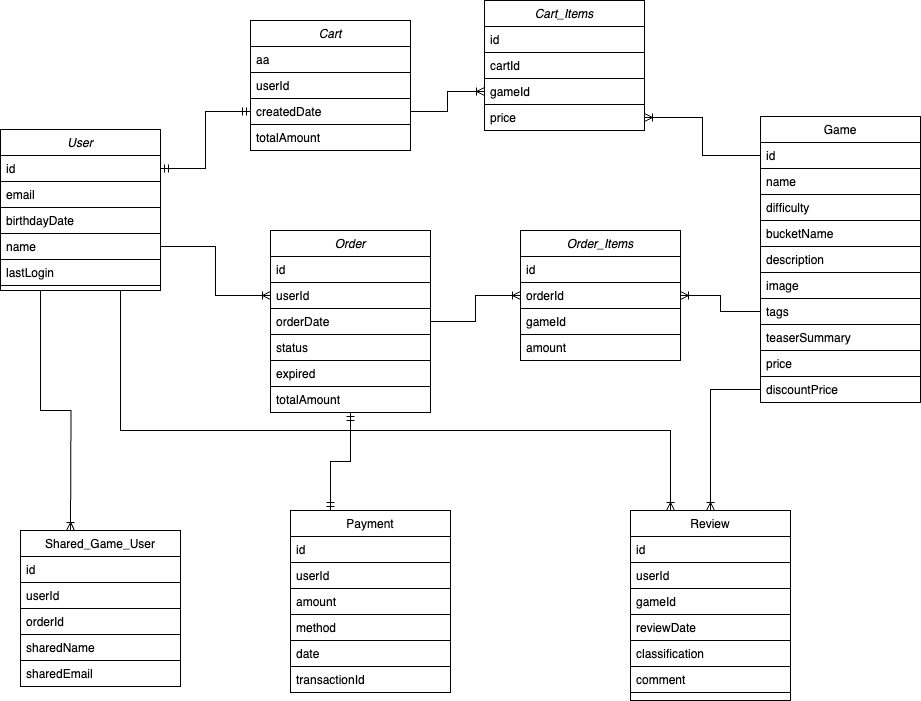
Before: main_db.drawio.png, a diagram exported from draw.io (tomasferreiradesa/desarquivados-platform-db-schema). Source tidied: cells renumbered, new cells last; positions are measured from the earlier drawing's top-left corner, leaving out a move shared by most shapes.
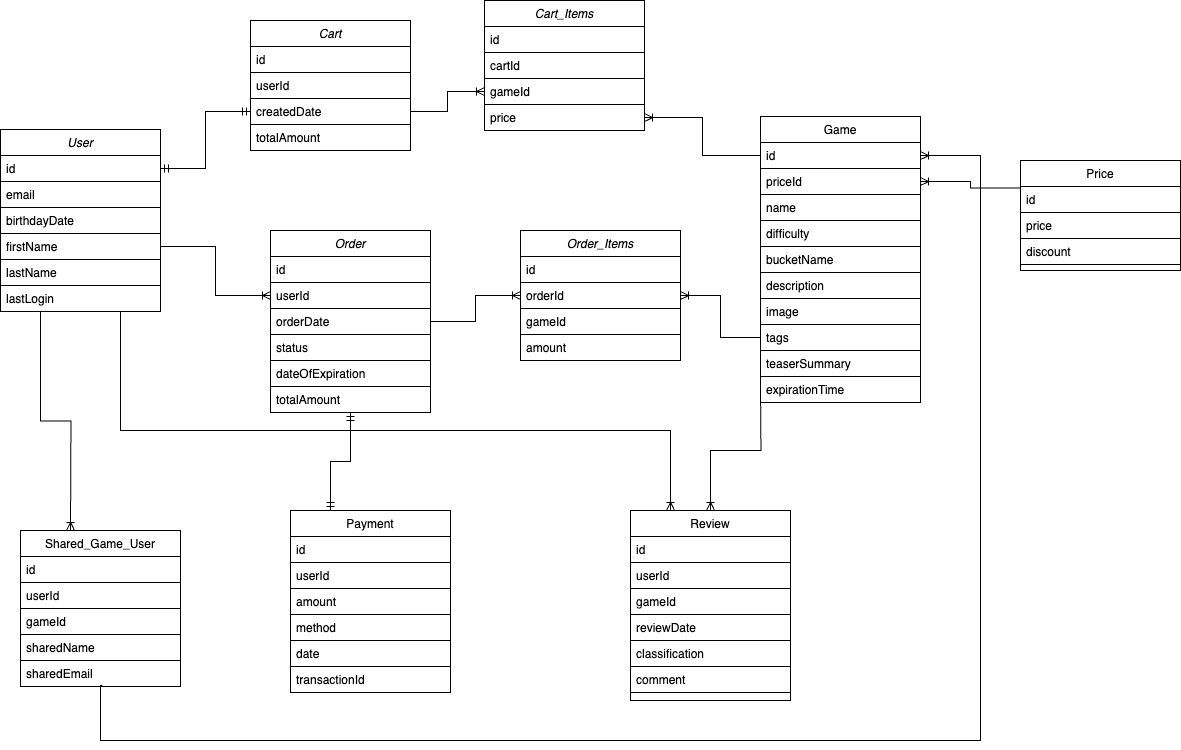
The same file after the commit.

Diff of the diagram source:
```diff
@@ -17,7 +17,7 @@
     <mxCell id="6" value="status" style="text;align=left;verticalAlign=top;spacingLeft=4;spacingRight=4;overflow=hidden;rounded=0;shadow=0;html=0;fillColor=none;strokeColor=#000000;fontColor=default;" parent="2" vertex="1">
       <mxGeometry y="104" width="160" height="26" as="geometry" />
     </mxCell>
-    <mxCell id="7" value="expired" style="text;align=left;verticalAlign=top;spacingLeft=4;spacingRight=4;overflow=hidden;rounded=0;shadow=0;html=0;fillColor=none;strokeColor=#000000;fontColor=default;" parent="2" vertex="1">
+    <mxCell id="7" value="dateOfExpiration" style="text;align=left;verticalAlign=top;spacingLeft=4;spacingRight=4;overflow=hidden;rounded=0;shadow=0;html=0;fillColor=none;strokeColor=#000000;fontColor=default;" parent="2" vertex="1">
       <mxGeometry y="130" width="160" height="26" as="geometry" />
     </mxCell>
     <mxCell id="8" value="totalAmount" style="text;align=left;verticalAlign=top;spacingLeft=4;spacingRight=4;overflow=hidden;rounded=0;shadow=0;html=0;fillColor=none;strokeColor=#000000;fontColor=default;" parent="2" vertex="1">
@@ -50,33 +50,33 @@
     <mxCell id="17" value="id" style="text;align=left;verticalAlign=top;spacingLeft=4;spacingRight=4;overflow=hidden;points=[[0,0.5],[1,0.5]];portConstraint=eastwest;fillColor=none;strokeColor=#000000;fontColor=default;" parent="16" vertex="1">
       <mxGeometry y="26" width="160" height="26" as="geometry" />
     </mxCell>
+    <mxCell id="71" value="priceId&#10;" style="text;align=left;verticalAlign=top;spacingLeft=4;spacingRight=4;overflow=hidden;points=[[0,0.5],[1,0.5]];portConstraint=eastwest;rounded=0;shadow=0;html=0;fillColor=none;strokeColor=#000000;fontColor=default;" parent="16" vertex="1">
+      <mxGeometry y="52" width="160" height="26" as="geometry" />
+    </mxCell>
     <mxCell id="18" value="name" style="text;align=left;verticalAlign=top;spacingLeft=4;spacingRight=4;overflow=hidden;rounded=0;shadow=0;html=0;fillColor=none;strokeColor=#000000;fontColor=default;" parent="16" vertex="1">
-      <mxGeometry y="52" width="160" height="26" as="geometry" />
+      <mxGeometry y="78" width="160" height="26" as="geometry" />
     </mxCell>
     <mxCell id="19" value="difficulty" style="text;align=left;verticalAlign=top;spacingLeft=4;spacingRight=4;overflow=hidden;rounded=0;shadow=0;html=0;fillColor=none;strokeColor=#000000;fontColor=default;" parent="16" vertex="1">
-      <mxGeometry y="78" width="160" height="26" as="geometry" />
+      <mxGeometry y="104" width="160" height="26" as="geometry" />
     </mxCell>
     <mxCell id="20" value="bucketName" style="text;align=left;verticalAlign=top;spacingLeft=4;spacingRight=4;overflow=hidden;rounded=0;shadow=0;html=0;fillColor=none;strokeColor=#000000;fontColor=default;" parent="16" vertex="1">
-      <mxGeometry y="104" width="160" height="26" as="geometry" />
+      <mxGeometry y="130" width="160" height="26" as="geometry" />
     </mxCell>
     <mxCell id="21" value="description" style="text;align=left;verticalAlign=top;spacingLeft=4;spacingRight=4;overflow=hidden;rounded=0;shadow=0;html=0;fillColor=none;strokeColor=#000000;fontColor=default;" parent="16" vertex="1">
-      <mxGeometry y="130" width="160" height="26" as="geometry" />
+      <mxGeometry y="156" width="160" height="26" as="geometry" />
     </mxCell>
     <mxCell id="22" value="image" style="text;align=left;verticalAlign=top;spacingLeft=4;spacingRight=4;overflow=hidden;rounded=0;shadow=0;html=0;fillColor=none;strokeColor=#000000;fontColor=default;" parent="16" vertex="1">
-      <mxGeometry y="156" width="160" height="26" as="geometry" />
+      <mxGeometry y="182" width="160" height="26" as="geometry" />
     </mxCell>
     <mxCell id="23" value="tags" style="text;align=left;verticalAlign=top;spacingLeft=4;spacingRight=4;overflow=hidden;points=[[0,0.5],[1,0.5]];portConstraint=eastwest;rounded=0;shadow=0;html=0;fillColor=none;strokeColor=#000000;fontColor=default;" parent="16" vertex="1">
-      <mxGeometry y="182" width="160" height="26" as="geometry" />
+      <mxGeometry y="208" width="160" height="26" as="geometry" />
     </mxCell>
     <mxCell id="24" value="teaserSummary" style="text;align=left;verticalAlign=top;spacingLeft=4;spacingRight=4;overflow=hidden;rounded=0;shadow=0;html=0;fillColor=none;strokeColor=#000000;fontColor=default;" parent="16" vertex="1">
-      <mxGeometry y="208" width="160" height="26" as="geometry" />
+      <mxGeometry y="234" width="160" height="26" as="geometry" />
     </mxCell>
-    <mxCell id="25" value="price" style="text;align=left;verticalAlign=top;spacingLeft=4;spacingRight=4;overflow=hidden;rounded=0;shadow=0;html=0;fillColor=none;strokeColor=#000000;fontColor=default;" parent="16" vertex="1">
-      <mxGeometry y="234" width="160" height="26" as="geometry" />
-    </mxCell>
-    <mxCell id="26" value="discountPrice" style="text;align=left;verticalAlign=top;spacingLeft=4;spacingRight=4;overflow=hidden;points=[[0,0.5],[1,0.5]];portConstraint=eastwest;rounded=0;shadow=0;html=0;fillColor=none;strokeColor=#000000;fontColor=default;" parent="16" vertex="1">
-      <mxGeometry y="260" width="160" height="26" as="geometry" />
-    </mxCell>
+    <mxCell id="72" value="expirationTime" style="text;align=left;verticalAlign=top;spacingLeft=4;spacingRight=4;overflow=hidden;rounded=0;shadow=0;html=0;fillColor=none;strokeColor=#000000;fontColor=default;" parent="16" vertex="1">
+      <mxGeometry y="260" width="160" height="26" as="geometry" />
+    </mxCell>
     <mxCell id="27" value="Shared_Game_User" style="swimlane;fontStyle=0;align=center;verticalAlign=top;horizontal=1;startSize=26;rounded=0;shadow=0;strokeWidth=1;fillColor=none;strokeColor=#000000;fontColor=default;" parent="1" vertex="1">
       <mxGeometry x="20" y="530" width="160" height="156" as="geometry" />
     </mxCell>
@@ -86,7 +86,7 @@
     <mxCell id="29" value="userId" style="text;align=left;verticalAlign=top;spacingLeft=4;spacingRight=4;overflow=hidden;fillColor=none;strokeColor=#000000;fontColor=default;" parent="27" vertex="1">
       <mxGeometry y="52" width="160" height="26" as="geometry" />
     </mxCell>
-    <mxCell id="30" value="orderId" style="text;align=left;verticalAlign=top;spacingLeft=4;spacingRight=4;overflow=hidden;fillColor=none;strokeColor=#000000;fontColor=default;" parent="27" vertex="1">
+    <mxCell id="30" value="gameId" style="text;align=left;verticalAlign=top;spacingLeft=4;spacingRight=4;overflow=hidden;fillColor=none;strokeColor=#000000;fontColor=default;" parent="27" vertex="1">
       <mxGeometry y="78" width="160" height="26" as="geometry" />
     </mxCell>
     <mxCell id="31" value="sharedName" style="text;align=left;verticalAlign=top;spacingLeft=4;spacingRight=4;overflow=hidden;fillColor=none;strokeColor=#000000;fontColor=default;" parent="27" vertex="1">
@@ -96,7 +96,7 @@
       <mxGeometry y="130" width="160" height="26" as="geometry" />
     </mxCell>
     <mxCell id="33" value="User" style="swimlane;fontStyle=2;align=center;verticalAlign=top;horizontal=1;startSize=26;rounded=0;shadow=0;strokeWidth=1;fillColor=none;strokeColor=#000000;fontColor=default;" parent="1" vertex="1">
-      <mxGeometry y="129" width="160" height="161" as="geometry" />
+      <mxGeometry y="129" width="160" height="182" as="geometry" />
     </mxCell>
     <mxCell id="34" value="id" style="text;align=left;verticalAlign=top;spacingLeft=4;spacingRight=4;overflow=hidden;points=[[0,0.5],[1,0.5]];portConstraint=eastwest;fillColor=none;strokeColor=#000000;fontColor=default;" parent="33" vertex="1">
       <mxGeometry y="26" width="160" height="26" as="geometry" />
@@ -107,11 +107,14 @@
     <mxCell id="36" value="birthdayDate" style="text;align=left;verticalAlign=top;spacingLeft=4;spacingRight=4;overflow=hidden;rounded=0;shadow=0;html=0;fillColor=none;strokeColor=#000000;fontColor=default;" parent="33" vertex="1">
       <mxGeometry y="78" width="160" height="26" as="geometry" />
     </mxCell>
-    <mxCell id="37" value="name" style="text;align=left;verticalAlign=top;spacingLeft=4;spacingRight=4;overflow=hidden;points=[[0,0.5],[1,0.5]];portConstraint=eastwest;rounded=0;shadow=0;html=0;fillColor=none;strokeColor=#000000;fontColor=default;" parent="33" vertex="1">
+    <mxCell id="37" value="firstName" style="text;align=left;verticalAlign=top;spacingLeft=4;spacingRight=4;overflow=hidden;points=[[0,0.5],[1,0.5]];portConstraint=eastwest;rounded=0;shadow=0;html=0;fillColor=none;strokeColor=#000000;fontColor=default;" parent="33" vertex="1">
       <mxGeometry y="104" width="160" height="26" as="geometry" />
     </mxCell>
+    <mxCell id="73" value="lastName" style="text;align=left;verticalAlign=top;spacingLeft=4;spacingRight=4;overflow=hidden;rounded=0;shadow=0;html=0;fillColor=none;strokeColor=#000000;fontColor=default;" parent="33" vertex="1">
+      <mxGeometry y="130" width="160" height="26" as="geometry" />
+    </mxCell>
     <mxCell id="38" value="lastLogin" style="text;align=left;verticalAlign=top;spacingLeft=4;spacingRight=4;overflow=hidden;rounded=0;shadow=0;html=0;fillColor=none;strokeColor=#000000;fontColor=default;" parent="33" vertex="1">
-      <mxGeometry y="130" width="160" height="26" as="geometry" />
+      <mxGeometry y="156" width="160" height="26" as="geometry" />
     </mxCell>
     <mxCell id="39" value="Order_Items" style="swimlane;fontStyle=2;align=center;verticalAlign=top;horizontal=1;startSize=26;rounded=0;shadow=0;strokeWidth=1;fillColor=none;strokeColor=#000000;fontColor=default;" parent="1" vertex="1">
       <mxGeometry x="520" y="230" width="160" height="130" as="geometry" />
@@ -152,7 +155,7 @@
     <mxCell id="51" value="Cart" style="swimlane;fontStyle=2;align=center;verticalAlign=top;horizontal=1;startSize=26;rounded=0;shadow=0;strokeWidth=1;fillColor=none;strokeColor=#000000;fontColor=default;" parent="1" vertex="1">
       <mxGeometry x="250" y="20" width="160" height="130" as="geometry" />
     </mxCell>
-    <mxCell id="52" value="aa" style="text;align=left;verticalAlign=top;spacingLeft=4;spacingRight=4;overflow=hidden;fillColor=none;strokeColor=#000000;fontColor=default;" parent="51" vertex="1">
+    <mxCell id="52" value="id" style="text;align=left;verticalAlign=top;spacingLeft=4;spacingRight=4;overflow=hidden;fillColor=none;strokeColor=#000000;fontColor=default;" parent="51" vertex="1">
       <mxGeometry y="26" width="160" height="26" as="geometry" />
     </mxCell>
     <mxCell id="53" value="userId" style="text;align=left;verticalAlign=top;spacingLeft=4;spacingRight=4;overflow=hidden;rounded=0;shadow=0;html=0;fillColor=none;strokeColor=#000000;fontColor=default;" parent="51" vertex="1">
@@ -207,8 +210,10 @@
         </Array>
       </mxGeometry>
     </mxCell>
-    <mxCell id="68" style="edgeStyle=orthogonalEdgeStyle;fontSize=12;html=1;endArrow=ERoneToMany;rounded=0;entryX=0.5;entryY=0;entryDx=0;entryDy=0;exitX=0;exitY=0.5;exitDx=0;exitDy=0;fillColor=none;strokeColor=#000000;fontColor=default;" parent="1" edge="1" source="26" target="9">
-      <mxGeometry relative="1" as="geometry" />
+    <mxCell id="68" style="edgeStyle=orthogonalEdgeStyle;fontSize=12;html=1;endArrow=ERoneToMany;rounded=0;entryX=0.5;entryY=0;entryDx=0;entryDy=0;exitX=0;exitY=0.5;exitDx=0;exitDy=0;fillColor=none;strokeColor=#000000;fontColor=default;" parent="1" edge="1" target="9">
+      <mxGeometry relative="1" as="geometry">
+        <mxPoint x="760" y="389" as="sourcePoint" />
+      </mxGeometry>
     </mxCell>
     <mxCell id="69" style="edgeStyle=orthogonalEdgeStyle;fontSize=12;html=1;endArrow=ERoneToMany;rounded=0;entryX=1;entryY=0.5;entryDx=0;entryDy=0;exitX=0;exitY=0.5;exitDx=0;exitDy=0;fillColor=none;strokeColor=#000000;fontColor=default;" parent="1" edge="1" source="17" target="60">
       <mxGeometry relative="1" as="geometry" />
@@ -216,5 +221,30 @@
     <mxCell id="70" style="edgeStyle=orthogonalEdgeStyle;fontSize=12;html=1;endArrow=ERoneToMany;rounded=0;entryX=1;entryY=0.5;entryDx=0;entryDy=0;exitX=0;exitY=0.5;exitDx=0;exitDy=0;fillColor=none;strokeColor=#000000;fontColor=default;" parent="1" edge="1" source="23" target="41">
       <mxGeometry relative="1" as="geometry" />
     </mxCell>
+    <mxCell id="74" value="Price" style="swimlane;fontStyle=0;align=center;verticalAlign=top;horizontal=1;startSize=26;rounded=0;shadow=0;strokeWidth=1;fillColor=none;strokeColor=#000000;fontColor=default;" parent="1" vertex="1">
+      <mxGeometry x="1020" y="160" width="160" height="110" as="geometry" />
+    </mxCell>
+    <mxCell id="75" value="id" style="text;align=left;verticalAlign=top;spacingLeft=4;spacingRight=4;overflow=hidden;fillColor=none;strokeColor=#000000;fontColor=default;" parent="74" vertex="1">
+      <mxGeometry y="26" width="160" height="26" as="geometry" />
+    </mxCell>
+    <mxCell id="25" value="price&#10;" style="text;align=left;verticalAlign=top;spacingLeft=4;spacingRight=4;overflow=hidden;rounded=0;shadow=0;html=0;fillColor=none;strokeColor=#000000;fontColor=default;" parent="74" vertex="1">
+      <mxGeometry y="52" width="160" height="26" as="geometry" />
+    </mxCell>
+    <mxCell id="76" value="discount" style="text;align=left;verticalAlign=top;spacingLeft=4;spacingRight=4;overflow=hidden;rounded=0;shadow=0;html=0;fillColor=none;strokeColor=#000000;fontColor=default;" parent="74" vertex="1">
+      <mxGeometry y="78" width="160" height="26" as="geometry" />
+    </mxCell>
+    <mxCell id="77" style="edgeStyle=orthogonalEdgeStyle;fontSize=12;html=1;endArrow=ERoneToMany;rounded=0;entryX=1;entryY=0.5;entryDx=0;entryDy=0;exitX=0;exitY=0.25;exitDx=0;exitDy=0;fillColor=none;strokeColor=#000000;fontColor=default;" parent="1" edge="1" source="74" target="71">
+      <mxGeometry relative="1" as="geometry" />
+    </mxCell>
+    <mxCell id="78" style="edgeStyle=orthogonalEdgeStyle;fontSize=12;html=1;endArrow=ERoneToMany;rounded=0;entryX=1;entryY=0.5;entryDx=0;entryDy=0;exitX=0.513;exitY=0.962;exitDx=0;exitDy=0;fillColor=none;strokeColor=#000000;fontColor=default;exitPerimeter=0;" parent="1" edge="1" source="32" target="17">
+      <mxGeometry relative="1" as="geometry">
+        <Array as="points">
+          <mxPoint x="100" y="685" />
+          <mxPoint x="100" y="740" />
+          <mxPoint x="980" y="740" />
+          <mxPoint x="980" y="155" />
+        </Array>
+      </mxGeometry>
+    </mxCell>
   </root>
 </mxGraphModel>
```
